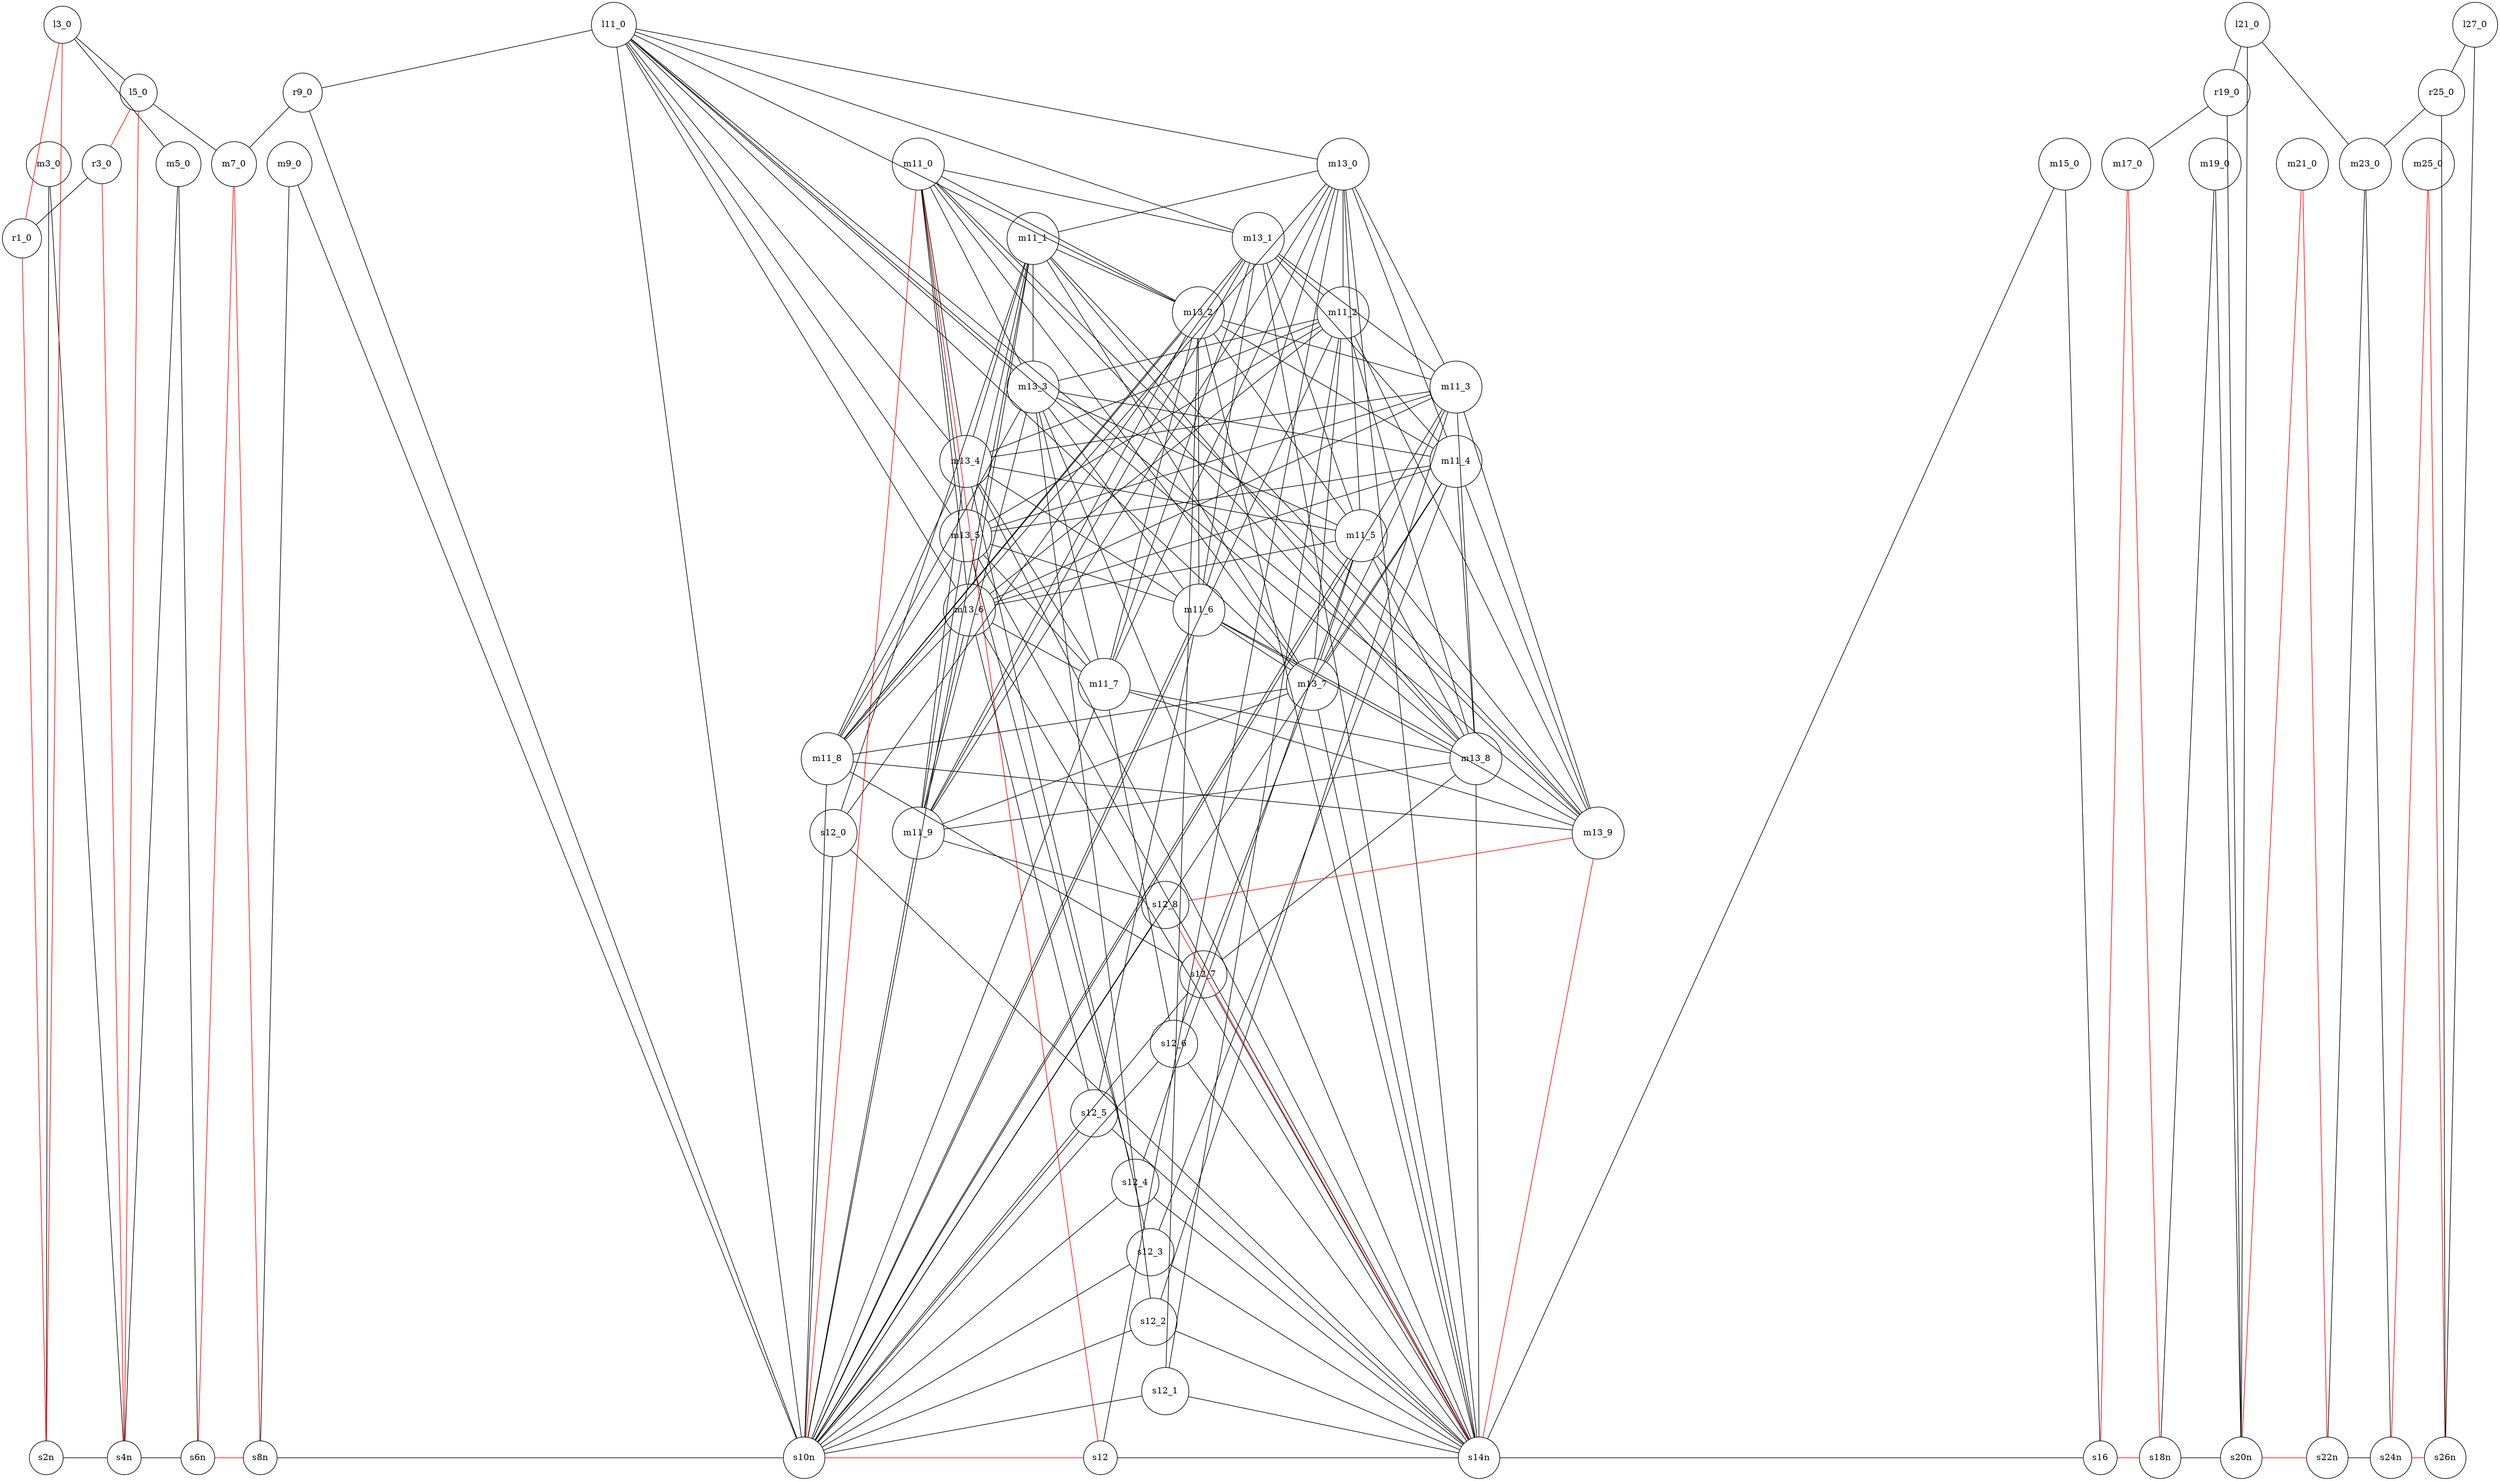
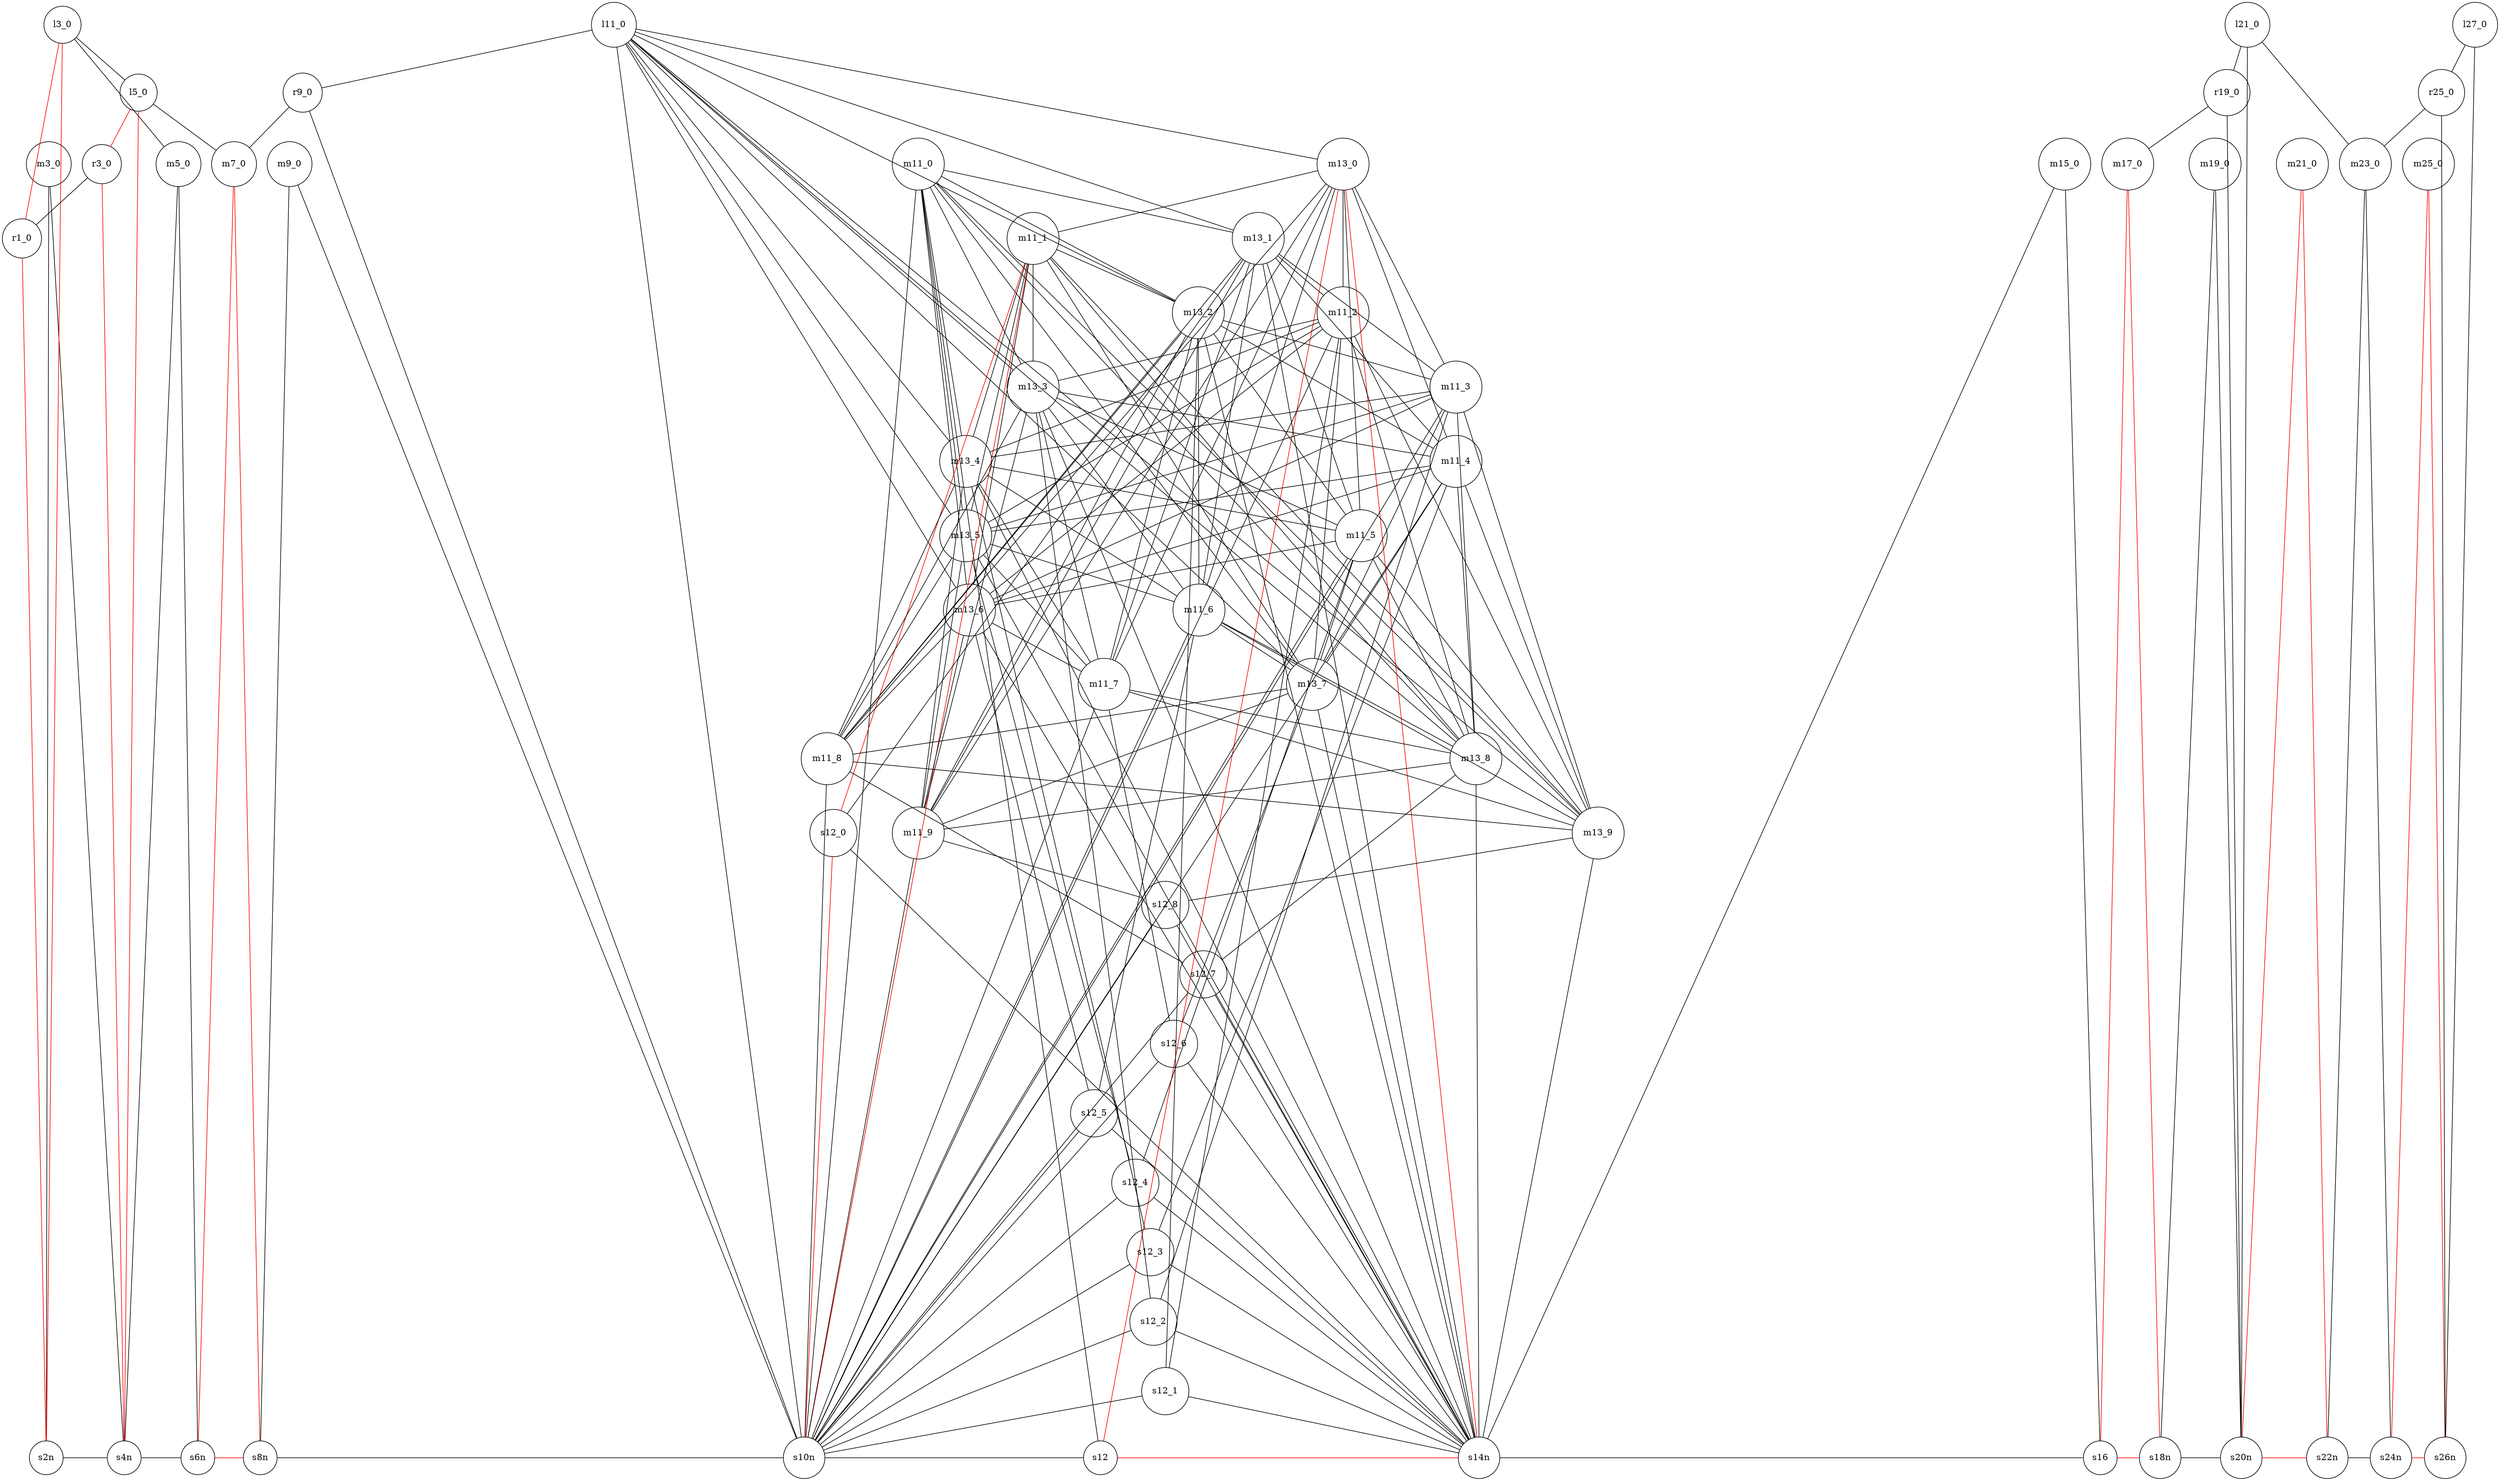
graph "ParsedPoT" {
	layout=dot;
	rankdir=TB;
	splines=false;
	newrank=true;
	{ rank=same; s10n; s12; s14n; s16; s18n; s20n; s22n; s24n; s26n; s2n; s4n; s6n; s8n; }
	{ rank=same; m11_0; m13_0; m15_0; m17_0; m19_0; m21_0; m23_0; m25_0; m3_0; m5_0; m7_0; m9_0; }
	{ rank=same; m11_1; m13_1; }
	{ rank=same; m11_2; m13_2; }
	{ rank=same; m11_3; m13_3; }
	{ rank=same; m11_4; m13_4; }
	{ rank=same; m11_5; m13_5; }
	{ rank=same; m11_6; m13_6; }
	{ rank=same; m11_7; m13_7; }
	{ rank=same; m11_8; m13_8; }
	{ rank=same; m11_9; m13_9; s12_0; }
	{ rank=same; s12_1; }
	{ rank=same; s12_2; }
	{ rank=same; s12_3; }
	{ rank=same; s12_4; }
	{ rank=same; s12_5; }
	{ rank=same; s12_6; }
	{ rank=same; s12_7; }
	{ rank=same; s12_8; }

	s2n [shape=circle];
	s4n [shape=circle];
	s6n [shape=circle];
	s8n [shape=circle];
	s10n [shape=circle];
	s12 [shape=circle];
	s14n [shape=circle];
	s16 [shape=circle];
	s18n [shape=circle];
	s20n [shape=circle];
	s22n [shape=circle];
	s24n [shape=circle];
	s26n [shape=circle];
	m3_0 [shape=circle];
	m5_0 [shape=circle];
	m7_0 [shape=circle];
	m9_0 [shape=circle];
	m11_0 [shape=circle];
	m13_0 [shape=circle];
	m15_0 [shape=circle];
	m17_0 [shape=circle];
	m19_0 [shape=circle];
	m21_0 [shape=circle];
	m23_0 [shape=circle];
	m25_0 [shape=circle];
	s12_0 [shape=circle];
	m11_1 [shape=circle];
	m13_1 [shape=circle];
	s12_1 [shape=circle];
	m11_2 [shape=circle];
	m13_2 [shape=circle];
	s12_2 [shape=circle];
	m11_3 [shape=circle];
	m13_3 [shape=circle];
	s12_3 [shape=circle];
	m11_4 [shape=circle];
	m13_4 [shape=circle];
	s12_4 [shape=circle];
	m11_5 [shape=circle];
	m13_5 [shape=circle];
	s12_5 [shape=circle];
	m11_6 [shape=circle];
	m13_6 [shape=circle];
	s12_6 [shape=circle];
	m11_7 [shape=circle];
	m13_7 [shape=circle];
	s12_7 [shape=circle];
	m11_8 [shape=circle];
	m13_8 [shape=circle];
	s12_8 [shape=circle];
	m11_9 [shape=circle];
	m13_9 [shape=circle];
	l3_0 [shape=circle];
	r1_0 [shape=circle];
	l5_0 [shape=circle];
	r3_0 [shape=circle];
	l11_0 [shape=circle];
	r9_0 [shape=circle];
	l21_0 [shape=circle];
	r19_0 [shape=circle];
	l27_0 [shape=circle];
	r25_0 [shape=circle];

	s2n -- s4n;
	m3_0 -- s2n;
	m3_0 -- s4n;
	s4n -- s6n;
	m5_0 -- s4n;
	m5_0 -- s6n;
	s6n -- s8n [color=red];
	m7_0 -- s6n [color=red];
	m7_0 -- s8n [color=red];
	s8n -- s10n;
	m9_0 -- s8n;
	m9_0 -- s10n;
- 	s10n -- s12 [color=red];
- 	m11_0 -- s10n [color=red];
- 	m11_0 -- s12 [color=red];
- 	s12 -- s14n;
- 	m13_0 -- s12;
- 	m13_0 -- s14n;
+ 	s10n -- s12;
+ 	m11_0 -- s10n;
+ 	m11_0 -- s12;
+ 	s12 -- s14n [color=red];
+ 	m13_0 -- s12 [color=red];
+ 	m13_0 -- s14n [color=red];
	s14n -- s16;
	m15_0 -- s14n;
	m15_0 -- s16;
	s16 -- s18n [color=red];
	m17_0 -- s16 [color=red];
	m17_0 -- s18n [color=red];
	s18n -- s20n;
	m19_0 -- s18n;
	m19_0 -- s20n;
	s20n -- s22n [color=red];
	m21_0 -- s20n [color=red];
	m21_0 -- s22n [color=red];
	s22n -- s24n;
	m23_0 -- s22n;
	m23_0 -- s24n;
	s24n -- s26n [color=red];
	m25_0 -- s24n [color=red];
	m25_0 -- s26n [color=red];
- 	s12_0 -- s10n;
- 	m11_1 -- s10n;
- 	m11_1 -- s12_0;
+ 	s12_0 -- s10n [color=red];
+ 	m11_1 -- s10n [color=red];
+ 	m11_1 -- s12_0 [color=red];
	s12_0 -- s14n;
	m13_1 -- s12_0;
	m13_1 -- s14n;
	s12_1 -- s10n;
	m11_2 -- s10n;
	m11_2 -- s12_1;
	s12_1 -- s14n;
	m13_2 -- s12_1;
	m13_2 -- s14n;
	s12_2 -- s10n;
	m11_3 -- s10n;
	m11_3 -- s12_2;
	s12_2 -- s14n;
	m13_3 -- s12_2;
	m13_3 -- s14n;
	s12_3 -- s10n;
	m11_4 -- s10n;
	m11_4 -- s12_3;
	s12_3 -- s14n;
	m13_4 -- s12_3;
	m13_4 -- s14n;
	s12_4 -- s10n;
	m11_5 -- s10n;
	m11_5 -- s12_4;
	s12_4 -- s14n;
	m13_5 -- s12_4;
	m13_5 -- s14n;
	s12_5 -- s10n;
	m11_6 -- s10n;
	m11_6 -- s12_5;
	s12_5 -- s14n;
	m13_6 -- s12_5;
	m13_6 -- s14n;
	s12_6 -- s10n;
	m11_7 -- s10n;
	m11_7 -- s12_6;
	s12_6 -- s14n;
	m13_7 -- s12_6;
	m13_7 -- s14n;
	s12_7 -- s10n;
	m11_8 -- s10n;
	m11_8 -- s12_7;
	s12_7 -- s14n;
	m13_8 -- s12_7;
	m13_8 -- s14n;
	s12_8 -- s10n;
	m11_9 -- s10n;
	m11_9 -- s12_8;
- 	s12_8 -- s14n [color=red];
- 	m13_9 -- s12_8 [color=red];
- 	m13_9 -- s14n [color=red];
+ 	s12_8 -- s14n;
+ 	m13_9 -- s12_8;
+ 	m13_9 -- s14n;
	l3_0 -- s2n [color=red];
	r1_0 -- s2n [color=red];
	l3_0 -- r1_0 [color=red];
	l5_0 -- s4n [color=red];
	r3_0 -- s4n [color=red];
	l5_0 -- r3_0 [color=red];
	l11_0 -- s10n;
	r9_0 -- s10n;
	l11_0 -- r9_0;
	l21_0 -- s20n;
	r19_0 -- s20n;
	l21_0 -- r19_0;
	l27_0 -- s26n;
	r25_0 -- s26n;
	l27_0 -- r25_0;
	r3_0 -- r1_0;
	l3_0 -- m5_0;
	l3_0 -- l5_0;
	l5_0 -- m7_0;
	r9_0 -- m7_0;
	m11_0 -- m13_1;
	m11_0 -- m13_2;
	m11_0 -- m13_3;
	m11_0 -- m13_4;
	m11_0 -- m13_5;
	m11_0 -- m13_6;
	m11_0 -- m13_7;
	m11_0 -- m13_8;
	m11_0 -- m13_9;
	m11_1 -- m13_0;
	m11_1 -- m13_2;
	m11_1 -- m13_3;
	m11_1 -- m13_4;
	m11_1 -- m13_5;
	m11_1 -- m13_6;
	m11_1 -- m13_7;
	m11_1 -- m13_8;
	m11_1 -- m13_9;
	m11_2 -- m13_0;
	m11_2 -- m13_1;
	m11_2 -- m13_3;
	m11_2 -- m13_4;
	m11_2 -- m13_5;
	m11_2 -- m13_6;
	m11_2 -- m13_7;
	m11_2 -- m13_8;
	m11_2 -- m13_9;
	m11_3 -- m13_0;
	m11_3 -- m13_1;
	m11_3 -- m13_2;
	m11_3 -- m13_4;
	m11_3 -- m13_5;
	m11_3 -- m13_6;
	m11_3 -- m13_7;
	m11_3 -- m13_8;
	m11_3 -- m13_9;
	m11_4 -- m13_0;
	m11_4 -- m13_1;
	m11_4 -- m13_2;
	m11_4 -- m13_3;
	m11_4 -- m13_5;
	m11_4 -- m13_6;
	m11_4 -- m13_7;
	m11_4 -- m13_8;
	m11_4 -- m13_9;
	m11_5 -- m13_0;
	m11_5 -- m13_1;
	m11_5 -- m13_2;
	m11_5 -- m13_3;
	m11_5 -- m13_4;
	m11_5 -- m13_6;
	m11_5 -- m13_7;
	m11_5 -- m13_8;
	m11_5 -- m13_9;
	m11_6 -- m13_0;
	m11_6 -- m13_1;
	m11_6 -- m13_2;
	m11_6 -- m13_3;
	m11_6 -- m13_4;
	m11_6 -- m13_5;
	m11_6 -- m13_7;
	m11_6 -- m13_8;
	m11_6 -- m13_9;
	m11_7 -- m13_0;
	m11_7 -- m13_1;
	m11_7 -- m13_2;
	m11_7 -- m13_3;
	m11_7 -- m13_4;
	m11_7 -- m13_5;
	m11_7 -- m13_6;
	m11_7 -- m13_8;
	m11_7 -- m13_9;
	m11_8 -- m13_0;
	m11_8 -- m13_1;
	m11_8 -- m13_2;
	m11_8 -- m13_3;
	m11_8 -- m13_4;
	m11_8 -- m13_5;
	m11_8 -- m13_6;
	m11_8 -- m13_7;
	m11_8 -- m13_9;
	m11_9 -- m13_0;
	m11_9 -- m13_1;
	m11_9 -- m13_2;
	m11_9 -- m13_3;
	m11_9 -- m13_4;
	m11_9 -- m13_5;
	m11_9 -- m13_6;
	m11_9 -- m13_7;
	m11_9 -- m13_8;
	l11_0 -- m13_0;
	l11_0 -- m13_1;
	l11_0 -- m13_2;
	l11_0 -- m13_3;
	l11_0 -- m13_4;
	l11_0 -- m13_5;
	l11_0 -- m13_6;
	l11_0 -- m13_7;
	l11_0 -- m13_8;
	l11_0 -- m13_9;
	r19_0 -- m17_0;
	l21_0 -- m23_0;
	r25_0 -- m23_0;

	// Contraintes d'alignement vertical par groupe
	r3_0 -- l3_0 [style=invis];
	l3_0 -- m3_0 [style=invis];
	l5_0 -- m5_0 [style=invis];
	r9_0 -- m9_0 [style=invis];
	l11_0 -- m11_9 [style=invis];
	m11_9 -- m11_8 [style=invis];
	m11_8 -- m11_7 [style=invis];
	m11_7 -- m11_6 [style=invis];
	m11_6 -- m11_5 [style=invis];
	m11_5 -- m11_4 [style=invis];
	m11_4 -- m11_3 [style=invis];
	m11_3 -- m11_2 [style=invis];
	m11_2 -- m11_1 [style=invis];
	m11_1 -- m11_0 [style=invis];
	s12_8 -- s12_7 [style=invis];
	s12_7 -- s12_6 [style=invis];
	s12_6 -- s12_5 [style=invis];
	s12_5 -- s12_4 [style=invis];
	s12_4 -- s12_3 [style=invis];
	s12_3 -- s12_2 [style=invis];
	s12_2 -- s12_1 [style=invis];
	s12_1 -- s12_0 [style=invis];
	s12_0 -- s12 [style=invis];
	m13_9 -- m13_8 [style=invis];
	m13_8 -- m13_7 [style=invis];
	m13_7 -- m13_6 [style=invis];
	m13_6 -- m13_5 [style=invis];
	m13_5 -- m13_4 [style=invis];
	m13_4 -- m13_3 [style=invis];
	m13_3 -- m13_2 [style=invis];
	m13_2 -- m13_1 [style=invis];
	m13_1 -- m13_0 [style=invis];
	r19_0 -- m19_0 [style=invis];
	l21_0 -- m21_0 [style=invis];
	r25_0 -- m25_0 [style=invis];
}
